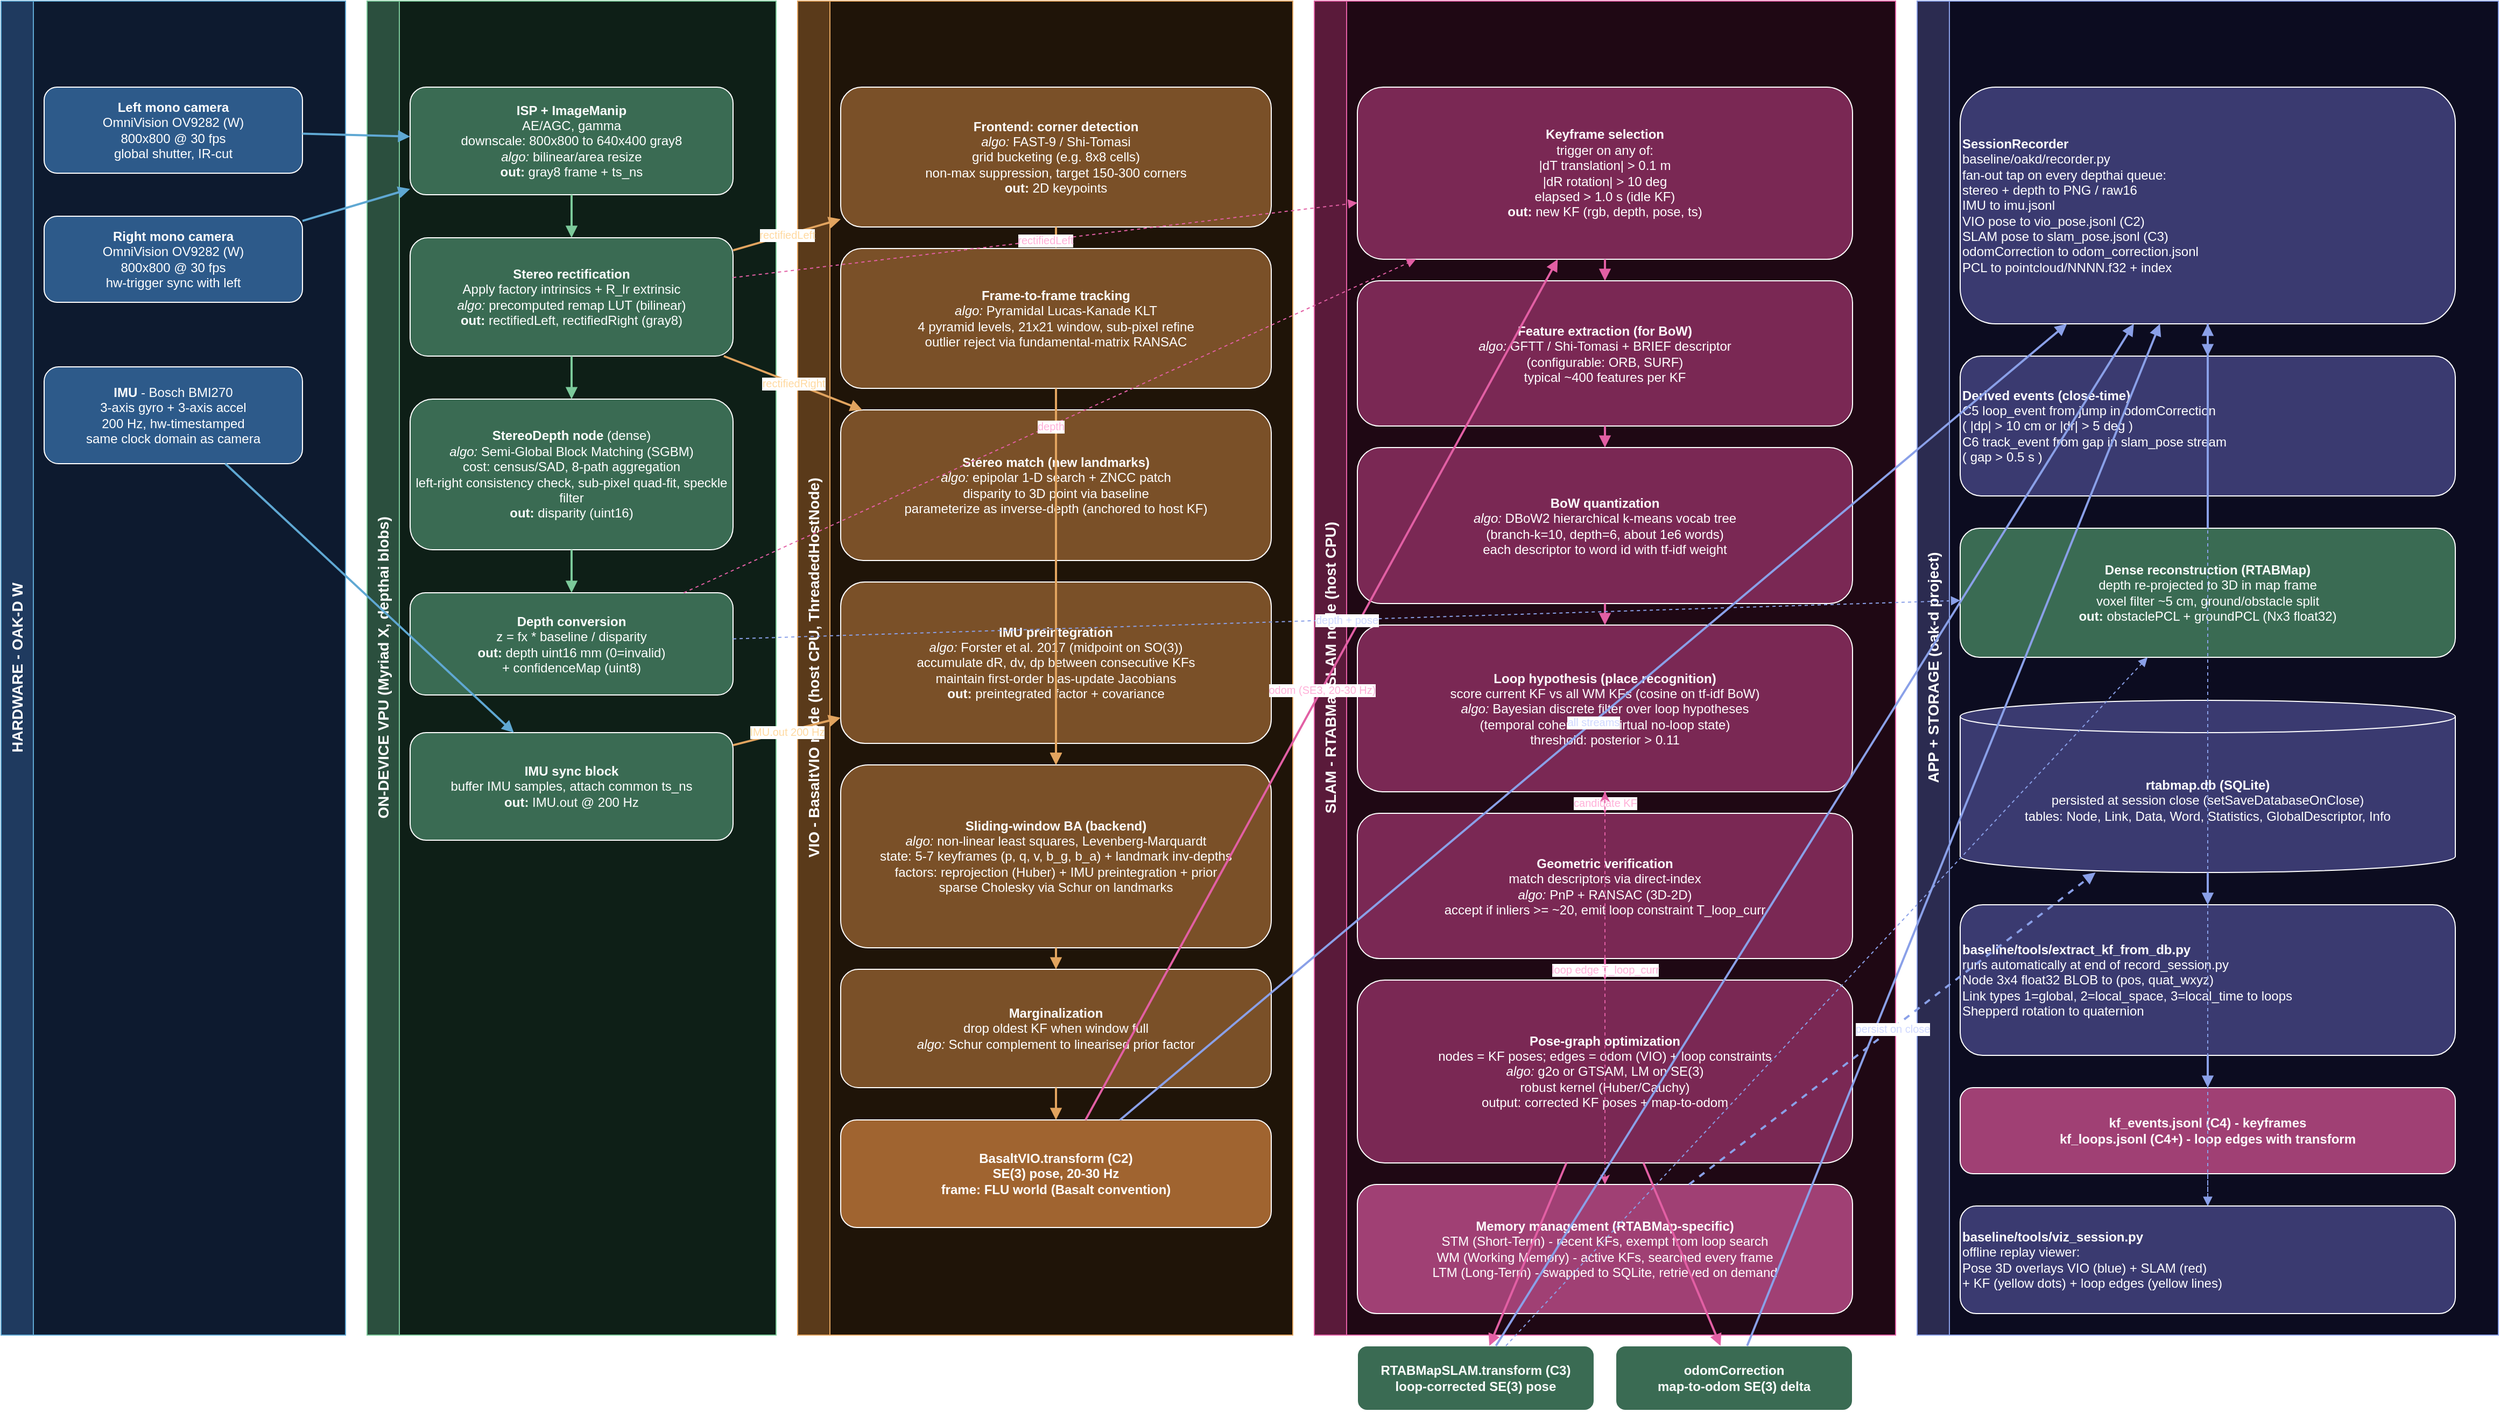
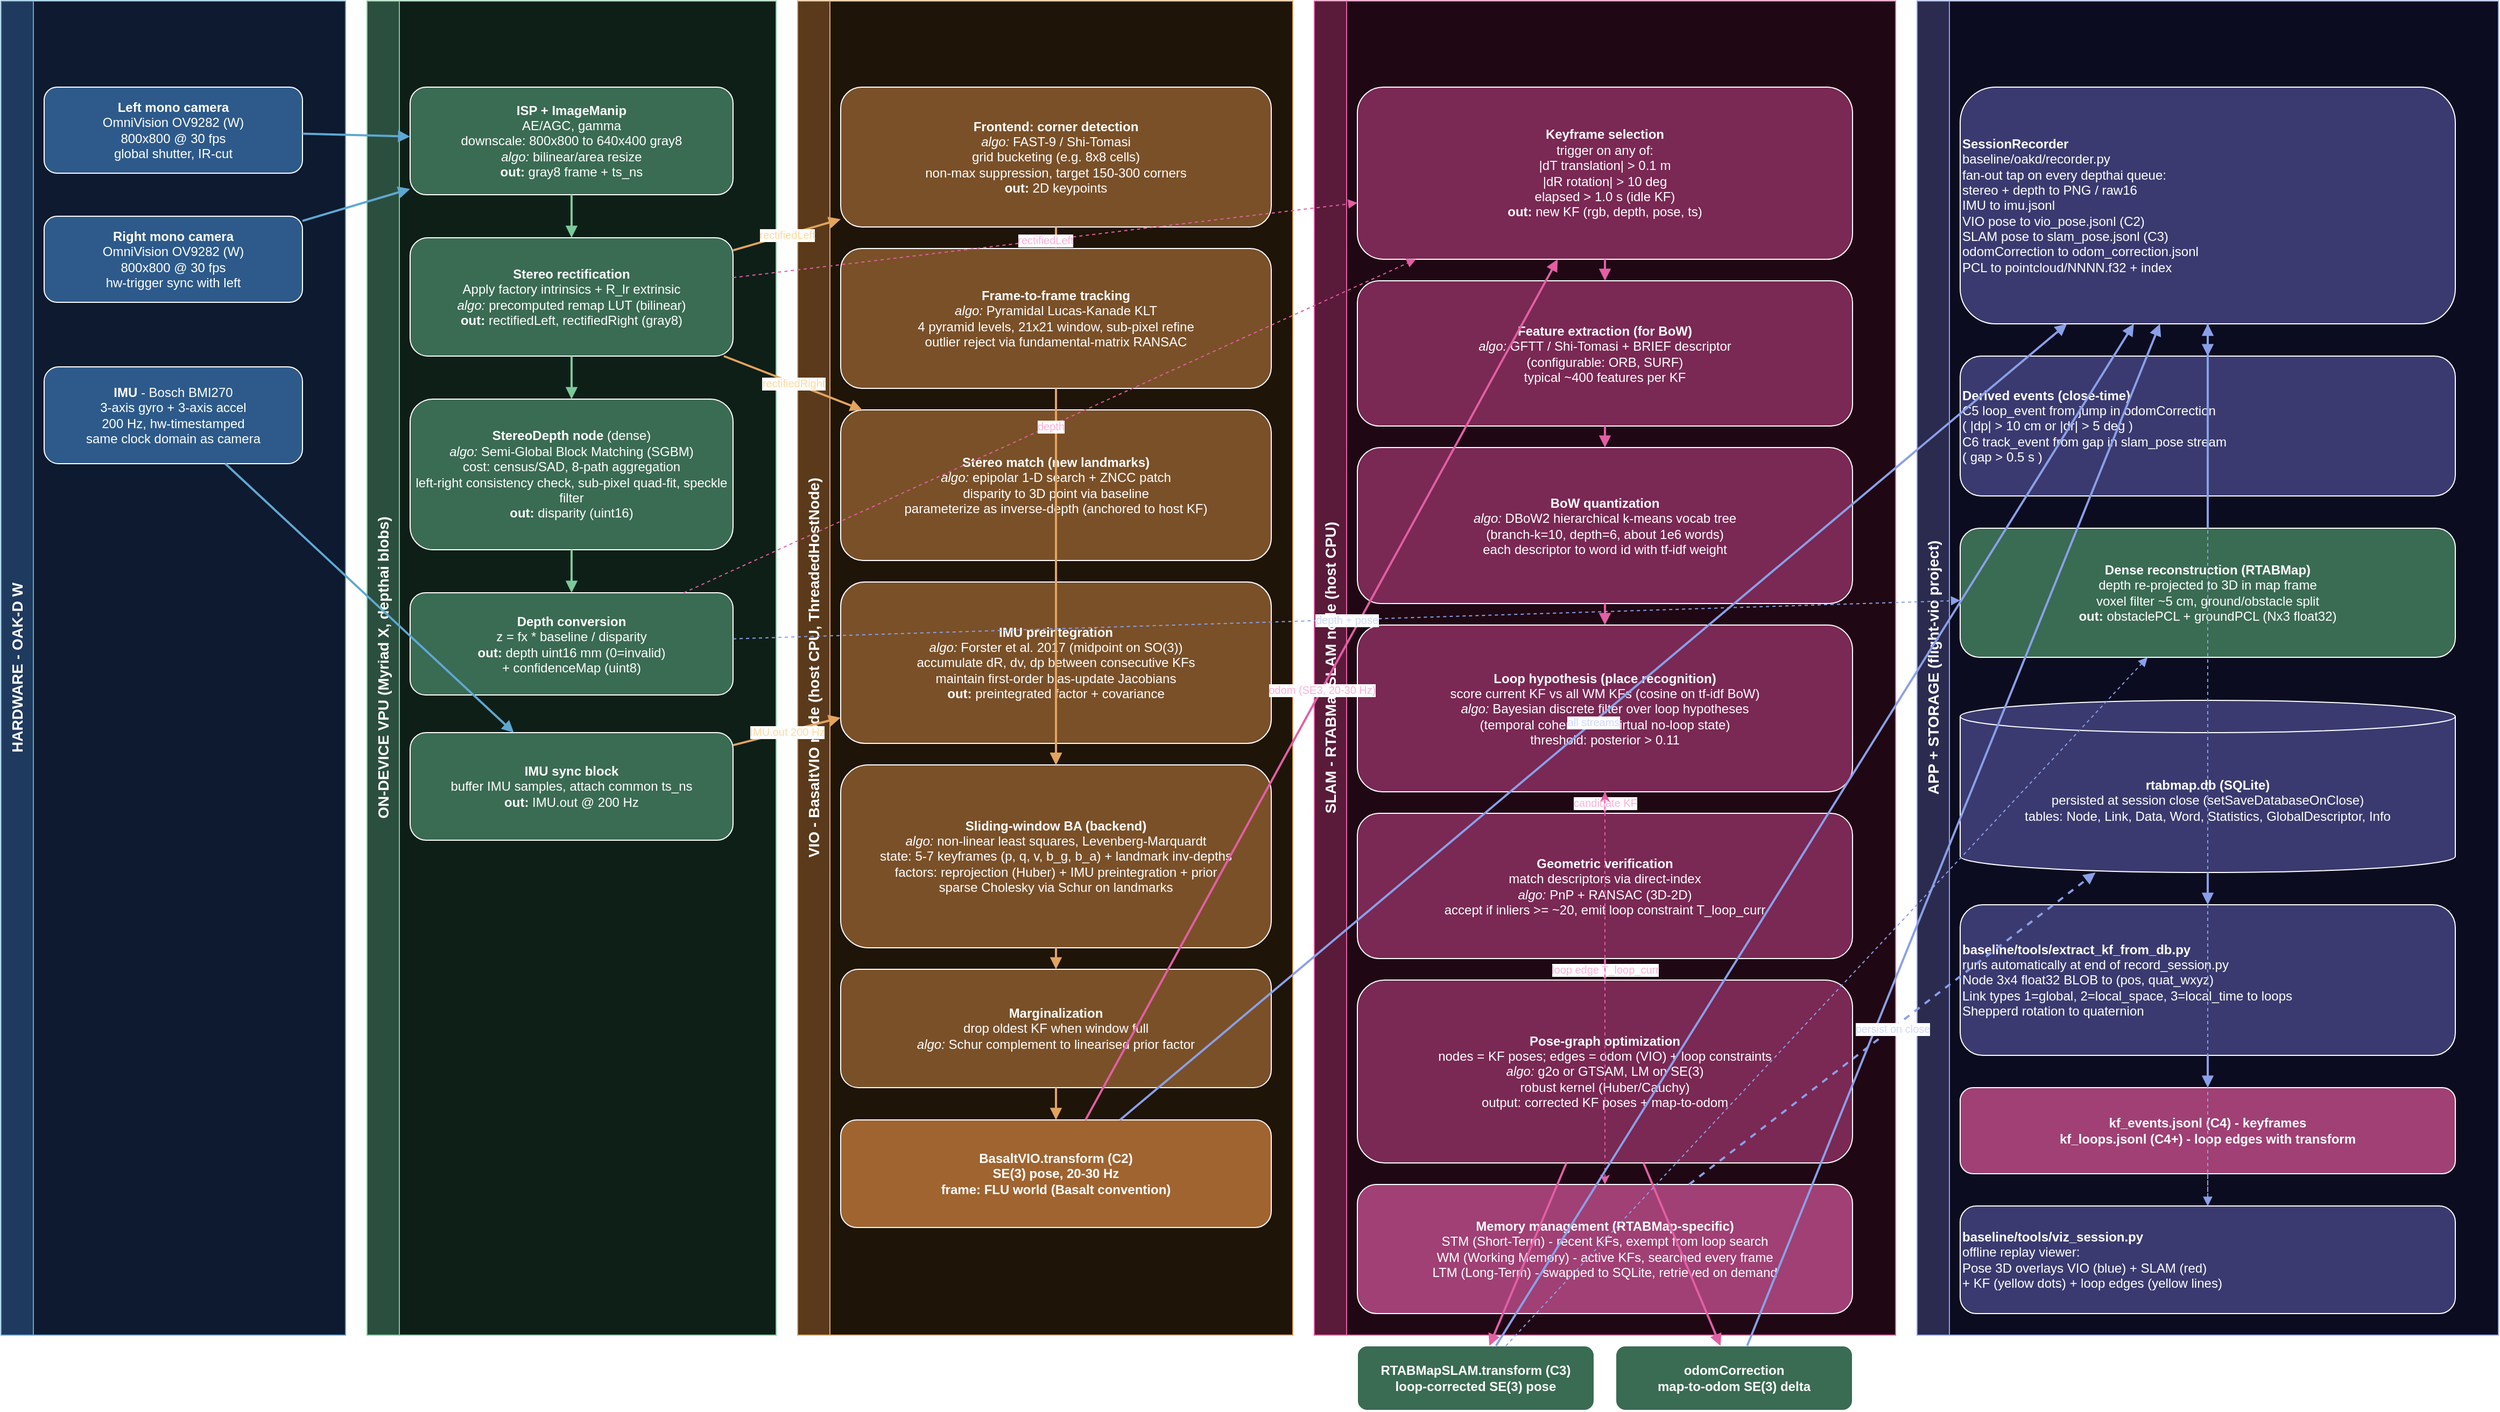
<mxfile host="app.diagrams.net" agent="copilot" version="24.0.0">
  <diagram name="OAK-D SLAM pipeline" id="pipeline">
    <mxGraphModel dx="1800" dy="1100" grid="1" gridSize="10" guides="1" tooltips="1" connect="1" arrows="1" fold="1" page="1" pageScale="1" pageWidth="2400" pageHeight="1400" math="0" shadow="0">
      <root>
        <mxCell id="0" />
        <mxCell id="1" parent="0" />
        <mxCell id="lane_hw" value="HARDWARE - OAK-D W" style="html=1;swimlane;horizontal=0;startSize=30;fillColor=#1f3a5f;strokeColor=#5fa8d3;fontColor=#ffffff;fontSize=14;fontStyle=1;swimlaneFillColor=#0d1a2f;" vertex="1" parent="1">
          <mxGeometry x="40" y="40" width="320" height="1240" as="geometry" />
        </mxCell>
        <mxCell id="lane_vpu" value="ON-DEVICE VPU (Myriad X, depthai blobs)" style="html=1;swimlane;horizontal=0;startSize=30;fillColor=#2b4f3e;strokeColor=#7bc99a;fontColor=#ffffff;fontSize=14;fontStyle=1;swimlaneFillColor=#0e1f17;" vertex="1" parent="1">
          <mxGeometry x="380" y="40" width="380" height="1240" as="geometry" />
        </mxCell>
        <mxCell id="lane_vio" value="VIO - BasaltVIO node (host CPU, ThreadedHostNode)" style="html=1;swimlane;horizontal=0;startSize=30;fillColor=#5a3a1a;strokeColor=#e2a45f;fontColor=#ffffff;fontSize=14;fontStyle=1;swimlaneFillColor=#1f1408;" vertex="1" parent="1">
          <mxGeometry x="780" y="40" width="460" height="1240" as="geometry" />
        </mxCell>
        <mxCell id="lane_slam" value="SLAM - RTABMapSLAM node (host CPU)" style="html=1;swimlane;horizontal=0;startSize=30;fillColor=#5a1a3a;strokeColor=#e25fa4;fontColor=#ffffff;fontSize=14;fontStyle=1;swimlaneFillColor=#1f0814;" vertex="1" parent="1">
          <mxGeometry x="1260" y="40" width="540" height="1240" as="geometry" />
        </mxCell>
-         <mxCell id="lane_out" value="APP + STORAGE (oak-d project)" style="html=1;swimlane;horizontal=0;startSize=30;fillColor=#2b2b50;strokeColor=#8aa0e8;fontColor=#ffffff;fontSize=14;fontStyle=1;swimlaneFillColor=#0c0c20;" vertex="1" parent="1">
+         <mxCell id="lane_out" value="APP + STORAGE (flight-vio project)" style="html=1;swimlane;horizontal=0;startSize=30;fillColor=#2b2b50;strokeColor=#8aa0e8;fontColor=#ffffff;fontSize=14;fontStyle=1;swimlaneFillColor=#0c0c20;" vertex="1" parent="1">
          <mxGeometry x="1820" y="40" width="540" height="1240" as="geometry" />
        </mxCell>
        <mxCell id="caml" value="&lt;b&gt;Left mono camera&lt;/b&gt;&#10;OmniVision OV9282 (W)&#10;800x800 @ 30 fps&#10;global shutter, IR-cut" style="html=1;rounded=1;fillColor=#2d5a8a;strokeColor=#ffffff;fontColor=#ffffff;align=center;whiteSpace=wrap;" vertex="1" parent="1">
          <mxGeometry x="80" y="120" width="240" height="80" as="geometry" />
        </mxCell>
        <mxCell id="camr" value="&lt;b&gt;Right mono camera&lt;/b&gt;&#10;OmniVision OV9282 (W)&#10;800x800 @ 30 fps&#10;hw-trigger sync with left" style="html=1;rounded=1;fillColor=#2d5a8a;strokeColor=#ffffff;fontColor=#ffffff;align=center;whiteSpace=wrap;" vertex="1" parent="1">
          <mxGeometry x="80" y="240" width="240" height="80" as="geometry" />
        </mxCell>
        <mxCell id="imu" value="&lt;b&gt;IMU&lt;/b&gt; - Bosch BMI270&#10;3-axis gyro + 3-axis accel&#10;200 Hz, hw-timestamped&#10;same clock domain as camera" style="html=1;rounded=1;fillColor=#2d5a8a;strokeColor=#ffffff;fontColor=#ffffff;align=center;whiteSpace=wrap;" vertex="1" parent="1">
          <mxGeometry x="80" y="380" width="240" height="90" as="geometry" />
        </mxCell>
        <mxCell id="isp" value="&lt;b&gt;ISP + ImageManip&lt;/b&gt;&#10;AE/AGC, gamma&#10;downscale: 800x800 to 640x400 gray8&#10;&lt;i&gt;algo:&lt;/i&gt; bilinear/area resize&#10;&lt;b&gt;out:&lt;/b&gt; gray8 frame + ts_ns" style="html=1;rounded=1;fillColor=#3a6b53;strokeColor=#ffffff;fontColor=#ffffff;align=center;whiteSpace=wrap;" vertex="1" parent="1">
          <mxGeometry x="420" y="120" width="300" height="100" as="geometry" />
        </mxCell>
        <mxCell id="rect" value="&lt;b&gt;Stereo rectification&lt;/b&gt;&#10;Apply factory intrinsics + R_lr extrinsic&#10;&lt;i&gt;algo:&lt;/i&gt; precomputed remap LUT (bilinear)&#10;&lt;b&gt;out:&lt;/b&gt; rectifiedLeft, rectifiedRight (gray8)" style="html=1;rounded=1;fillColor=#3a6b53;strokeColor=#ffffff;fontColor=#ffffff;align=center;whiteSpace=wrap;" vertex="1" parent="1">
          <mxGeometry x="420" y="260" width="300" height="110" as="geometry" />
        </mxCell>
        <mxCell id="sgbm" value="&lt;b&gt;StereoDepth node&lt;/b&gt; (dense)&#10;&lt;i&gt;algo:&lt;/i&gt; Semi-Global Block Matching (SGBM)&#10;cost: census/SAD, 8-path aggregation&#10;left-right consistency check, sub-pixel quad-fit, speckle filter&#10;&lt;b&gt;out:&lt;/b&gt; disparity (uint16)" style="html=1;rounded=1;fillColor=#3a6b53;strokeColor=#ffffff;fontColor=#ffffff;align=center;whiteSpace=wrap;" vertex="1" parent="1">
          <mxGeometry x="420" y="410" width="300" height="140" as="geometry" />
        </mxCell>
        <mxCell id="depth" value="&lt;b&gt;Depth conversion&lt;/b&gt;&#10;z = fx * baseline / disparity&#10;&lt;b&gt;out:&lt;/b&gt; depth uint16 mm (0=invalid)&#10;+ confidenceMap (uint8)" style="html=1;rounded=1;fillColor=#3a6b53;strokeColor=#ffffff;fontColor=#ffffff;align=center;whiteSpace=wrap;" vertex="1" parent="1">
          <mxGeometry x="420" y="590" width="300" height="95" as="geometry" />
        </mxCell>
        <mxCell id="imusync" value="&lt;b&gt;IMU sync block&lt;/b&gt;&#10;buffer IMU samples, attach common ts_ns&#10;&lt;b&gt;out:&lt;/b&gt; IMU.out @ 200 Hz" style="html=1;rounded=1;fillColor=#3a6b53;strokeColor=#ffffff;fontColor=#ffffff;align=center;whiteSpace=wrap;" vertex="1" parent="1">
          <mxGeometry x="420" y="720" width="300" height="100" as="geometry" />
        </mxCell>
        <mxCell id="fast" value="&lt;b&gt;Frontend: corner detection&lt;/b&gt;&#10;&lt;i&gt;algo:&lt;/i&gt; FAST-9 / Shi-Tomasi&#10;grid bucketing (e.g. 8x8 cells)&#10;non-max suppression, target 150-300 corners&#10;&lt;b&gt;out:&lt;/b&gt; 2D keypoints" style="html=1;rounded=1;fillColor=#7a5028;strokeColor=#ffffff;fontColor=#ffffff;align=center;whiteSpace=wrap;" vertex="1" parent="1">
          <mxGeometry x="820" y="120" width="400" height="130" as="geometry" />
        </mxCell>
        <mxCell id="klt" value="&lt;b&gt;Frame-to-frame tracking&lt;/b&gt;&#10;&lt;i&gt;algo:&lt;/i&gt; Pyramidal Lucas-Kanade KLT&#10;4 pyramid levels, 21x21 window, sub-pixel refine&#10;outlier reject via fundamental-matrix RANSAC" style="html=1;rounded=1;fillColor=#7a5028;strokeColor=#ffffff;fontColor=#ffffff;align=center;whiteSpace=wrap;" vertex="1" parent="1">
          <mxGeometry x="820" y="270" width="400" height="130" as="geometry" />
        </mxCell>
        <mxCell id="stmatch" value="&lt;b&gt;Stereo match (new landmarks)&lt;/b&gt;&#10;&lt;i&gt;algo:&lt;/i&gt; epipolar 1-D search + ZNCC patch&#10;disparity to 3D point via baseline&#10;parameterize as inverse-depth (anchored to host KF)" style="html=1;rounded=1;fillColor=#7a5028;strokeColor=#ffffff;fontColor=#ffffff;align=center;whiteSpace=wrap;" vertex="1" parent="1">
          <mxGeometry x="820" y="420" width="400" height="140" as="geometry" />
        </mxCell>
        <mxCell id="preimu" value="&lt;b&gt;IMU preintegration&lt;/b&gt;&#10;&lt;i&gt;algo:&lt;/i&gt; Forster et al. 2017 (midpoint on SO(3))&#10;accumulate dR, dv, dp between consecutive KFs&#10;maintain first-order bias-update Jacobians&#10;&lt;b&gt;out:&lt;/b&gt; preintegrated factor + covariance" style="html=1;rounded=1;fillColor=#7a5028;strokeColor=#ffffff;fontColor=#ffffff;align=center;whiteSpace=wrap;" vertex="1" parent="1">
          <mxGeometry x="820" y="580" width="400" height="150" as="geometry" />
        </mxCell>
        <mxCell id="ba" value="&lt;b&gt;Sliding-window BA (backend)&lt;/b&gt;&#10;&lt;i&gt;algo:&lt;/i&gt; non-linear least squares, Levenberg-Marquardt&#10;state: 5-7 keyframes (p, q, v, b_g, b_a) + landmark inv-depths&#10;factors: reprojection (Huber) + IMU preintegration + prior&#10;sparse Cholesky via Schur on landmarks" style="html=1;rounded=1;fillColor=#7a5028;strokeColor=#ffffff;fontColor=#ffffff;align=center;whiteSpace=wrap;" vertex="1" parent="1">
          <mxGeometry x="820" y="750" width="400" height="170" as="geometry" />
        </mxCell>
        <mxCell id="marg" value="&lt;b&gt;Marginalization&lt;/b&gt;&#10;drop oldest KF when window full&#10;&lt;i&gt;algo:&lt;/i&gt; Schur complement to linearised prior factor" style="html=1;rounded=1;fillColor=#7a5028;strokeColor=#ffffff;fontColor=#ffffff;align=center;whiteSpace=wrap;" vertex="1" parent="1">
          <mxGeometry x="820" y="940" width="400" height="110" as="geometry" />
        </mxCell>
        <mxCell id="posev" value="&lt;b&gt;BasaltVIO.transform&lt;/b&gt; (C2)&#10;SE(3) pose, 20-30 Hz&#10;frame: FLU world (Basalt convention)" style="html=1;rounded=1;fillColor=#a06430;strokeColor=#ffffff;fontColor=#ffffff;align=center;whiteSpace=wrap;fontStyle=1;" vertex="1" parent="1">
          <mxGeometry x="820" y="1080" width="400" height="100" as="geometry" />
        </mxCell>
        <mxCell id="kfsel" value="&lt;b&gt;Keyframe selection&lt;/b&gt;&#10;trigger on any of:&#10;  |dT translation| &gt; 0.1 m&#10;  |dR rotation| &gt; 10 deg&#10;  elapsed &gt; 1.0 s (idle KF)&#10;&lt;b&gt;out:&lt;/b&gt; new KF (rgb, depth, pose, ts)" style="html=1;rounded=1;fillColor=#7a2854;strokeColor=#ffffff;fontColor=#ffffff;align=center;whiteSpace=wrap;" vertex="1" parent="1">
          <mxGeometry x="1300" y="120" width="460" height="160" as="geometry" />
        </mxCell>
        <mxCell id="fex" value="&lt;b&gt;Feature extraction (for BoW)&lt;/b&gt;&#10;&lt;i&gt;algo:&lt;/i&gt; GFTT / Shi-Tomasi + BRIEF descriptor&#10;(configurable: ORB, SURF)&#10;typical ~400 features per KF" style="html=1;rounded=1;fillColor=#7a2854;strokeColor=#ffffff;fontColor=#ffffff;align=center;whiteSpace=wrap;" vertex="1" parent="1">
          <mxGeometry x="1300" y="300" width="460" height="135" as="geometry" />
        </mxCell>
        <mxCell id="bow" value="&lt;b&gt;BoW quantization&lt;/b&gt;&#10;&lt;i&gt;algo:&lt;/i&gt; DBoW2 hierarchical k-means vocab tree&#10;(branch-k=10, depth=6, about 1e6 words)&#10;each descriptor to word id with tf-idf weight" style="html=1;rounded=1;fillColor=#7a2854;strokeColor=#ffffff;fontColor=#ffffff;align=center;whiteSpace=wrap;" vertex="1" parent="1">
          <mxGeometry x="1300" y="455" width="460" height="145" as="geometry" />
        </mxCell>
        <mxCell id="bay" value="&lt;b&gt;Loop hypothesis (place recognition)&lt;/b&gt;&#10;score current KF vs all WM KFs (cosine on tf-idf BoW)&#10;&lt;i&gt;algo:&lt;/i&gt; Bayesian discrete filter over loop hypotheses&#10;(temporal coherence + virtual no-loop state)&#10;threshold: posterior &gt; 0.11" style="html=1;rounded=1;fillColor=#7a2854;strokeColor=#ffffff;fontColor=#ffffff;align=center;whiteSpace=wrap;" vertex="1" parent="1">
          <mxGeometry x="1300" y="620" width="460" height="155" as="geometry" />
        </mxCell>
        <mxCell id="pnp" value="&lt;b&gt;Geometric verification&lt;/b&gt;&#10;match descriptors via direct-index&#10;&lt;i&gt;algo:&lt;/i&gt; PnP + RANSAC (3D-2D)&#10;accept if inliers &gt;= ~20, emit loop constraint T_loop_curr" style="html=1;rounded=1;fillColor=#7a2854;strokeColor=#ffffff;fontColor=#ffffff;align=center;whiteSpace=wrap;" vertex="1" parent="1">
          <mxGeometry x="1300" y="795" width="460" height="135" as="geometry" />
        </mxCell>
        <mxCell id="pg" value="&lt;b&gt;Pose-graph optimization&lt;/b&gt;&#10;nodes = KF poses; edges = odom (VIO) + loop constraints&#10;&lt;i&gt;algo:&lt;/i&gt; g2o or GTSAM, LM on SE(3)&#10;robust kernel (Huber/Cauchy)&#10;output: corrected KF poses + map-to-odom" style="html=1;rounded=1;fillColor=#7a2854;strokeColor=#ffffff;fontColor=#ffffff;align=center;whiteSpace=wrap;" vertex="1" parent="1">
          <mxGeometry x="1300" y="950" width="460" height="170" as="geometry" />
        </mxCell>
        <mxCell id="mem" value="&lt;b&gt;Memory management (RTABMap-specific)&lt;/b&gt;&#10;STM (Short-Term) - recent KFs, exempt from loop search&#10;WM (Working Memory) - active KFs, searched every frame&#10;LTM (Long-Term) - swapped to SQLite, retrieved on demand" style="html=1;rounded=1;fillColor=#a04074;strokeColor=#ffffff;fontColor=#ffffff;align=center;whiteSpace=wrap;" vertex="1" parent="1">
          <mxGeometry x="1300" y="1140" width="460" height="120" as="geometry" />
        </mxCell>
        <mxCell id="poses" value="&lt;b&gt;RTABMapSLAM.transform&lt;/b&gt; (C3)&#10;loop-corrected SE(3) pose" style="html=1;rounded=1;fillColor=#3a6b53;strokeColor=#ffffff;fontColor=#ffffff;align=center;whiteSpace=wrap;fontStyle=1;" vertex="1" parent="1">
          <mxGeometry x="1300" y="1290" width="220" height="60" as="geometry" />
        </mxCell>
        <mxCell id="corr" value="&lt;b&gt;odomCorrection&lt;/b&gt;&#10;map-to-odom SE(3) delta" style="html=1;rounded=1;fillColor=#3a6b53;strokeColor=#ffffff;fontColor=#ffffff;align=center;whiteSpace=wrap;fontStyle=1;" vertex="1" parent="1">
          <mxGeometry x="1540" y="1290" width="220" height="60" as="geometry" />
        </mxCell>
        <mxCell id="rec" value="&lt;b&gt;SessionRecorder&lt;/b&gt;&#10;baseline/oakd/recorder.py&#10;fan-out tap on every depthai queue:&#10;  stereo + depth to PNG / raw16&#10;  IMU to imu.jsonl&#10;  VIO pose to vio_pose.jsonl (C2)&#10;  SLAM pose to slam_pose.jsonl (C3)&#10;  odomCorrection to odom_correction.jsonl&#10;  PCL to pointcloud/NNNN.f32 + index" style="html=1;rounded=1;fillColor=#3a3a70;strokeColor=#ffffff;fontColor=#ffffff;align=left;whiteSpace=wrap;" vertex="1" parent="1">
          <mxGeometry x="1860" y="120" width="460" height="220" as="geometry" />
        </mxCell>
        <mxCell id="derived" value="&lt;b&gt;Derived events (close-time)&lt;/b&gt;&#10;C5 loop_event from jump in odomCorrection&#10;   ( |dp| &gt; 10 cm or |dr| &gt; 5 deg )&#10;C6 track_event from gap in slam_pose stream&#10;   ( gap &gt; 0.5 s )" style="html=1;rounded=1;fillColor=#3a3a70;strokeColor=#ffffff;fontColor=#ffffff;align=left;whiteSpace=wrap;" vertex="1" parent="1">
          <mxGeometry x="1860" y="370" width="460" height="130" as="geometry" />
        </mxCell>
        <mxCell id="pcl" value="&lt;b&gt;Dense reconstruction (RTABMap)&lt;/b&gt;&#10;depth re-projected to 3D in map frame&#10;voxel filter ~5 cm, ground/obstacle split&#10;&lt;b&gt;out:&lt;/b&gt; obstaclePCL + groundPCL (Nx3 float32)" style="html=1;rounded=1;fillColor=#3a6b53;strokeColor=#ffffff;fontColor=#ffffff;align=center;whiteSpace=wrap;" vertex="1" parent="1">
          <mxGeometry x="1860" y="530" width="460" height="120" as="geometry" />
        </mxCell>
        <mxCell id="db" value="&lt;b&gt;rtabmap.db (SQLite)&lt;/b&gt;&#10;persisted at session close (setSaveDatabaseOnClose)&#10;tables: Node, Link, Data, Word, Statistics, GlobalDescriptor, Info" style="shape=cylinder3;whiteSpace=wrap;html=1;boundedLbl=1;backgroundOutline=1;fillColor=#3a3a70;strokeColor=#ffffff;fontColor=#ffffff;align=center;" vertex="1" parent="1">
          <mxGeometry x="1860" y="690" width="460" height="160" as="geometry" />
        </mxCell>
        <mxCell id="ext" value="&lt;b&gt;baseline/tools/extract_kf_from_db.py&lt;/b&gt;&#10;runs automatically at end of record_session.py&#10;Node 3x4 float32 BLOB to (pos, quat_wxyz)&#10;Link types 1=global, 2=local_space, 3=local_time to loops&#10;Shepperd rotation to quaternion" style="html=1;rounded=1;fillColor=#3a3a70;strokeColor=#ffffff;fontColor=#ffffff;align=left;whiteSpace=wrap;" vertex="1" parent="1">
          <mxGeometry x="1860" y="880" width="460" height="140" as="geometry" />
        </mxCell>
        <mxCell id="kfjl" value="&lt;b&gt;kf_events.jsonl (C4)&lt;/b&gt; - keyframes&#10;&lt;b&gt;kf_loops.jsonl (C4+)&lt;/b&gt; - loop edges with transform" style="html=1;rounded=1;fillColor=#a04074;strokeColor=#ffffff;fontColor=#ffffff;align=center;whiteSpace=wrap;fontStyle=1;" vertex="1" parent="1">
          <mxGeometry x="1860" y="1050" width="460" height="80" as="geometry" />
        </mxCell>
        <mxCell id="viz" value="&lt;b&gt;baseline/tools/viz_session.py&lt;/b&gt;&#10;offline replay viewer:&#10;Pose 3D overlays VIO (blue) + SLAM (red)&#10;+ KF (yellow dots) + loop edges (yellow lines)" style="html=1;rounded=1;fillColor=#3a3a70;strokeColor=#ffffff;fontColor=#ffffff;align=left;whiteSpace=wrap;" vertex="1" parent="1">
          <mxGeometry x="1860" y="1160" width="460" height="100" as="geometry" />
        </mxCell>
        <mxCell id="e1" style="endArrow=block;html=1;strokeColor=#5fa8d3;strokeWidth=2;" edge="1" parent="1" source="caml" target="isp"><mxGeometry relative="1" as="geometry" /></mxCell>
        <mxCell id="e2" style="endArrow=block;html=1;strokeColor=#5fa8d3;strokeWidth=2;" edge="1" parent="1" source="camr" target="isp"><mxGeometry relative="1" as="geometry" /></mxCell>
        <mxCell id="e3" style="endArrow=block;html=1;strokeColor=#5fa8d3;strokeWidth=2;" edge="1" parent="1" source="imu" target="imusync"><mxGeometry relative="1" as="geometry" /></mxCell>
        <mxCell id="e4" style="endArrow=block;html=1;strokeColor=#7bc99a;strokeWidth=2;" edge="1" parent="1" source="isp" target="rect"><mxGeometry relative="1" as="geometry" /></mxCell>
        <mxCell id="e5" style="endArrow=block;html=1;strokeColor=#7bc99a;strokeWidth=2;" edge="1" parent="1" source="rect" target="sgbm"><mxGeometry relative="1" as="geometry" /></mxCell>
        <mxCell id="e6" style="endArrow=block;html=1;strokeColor=#7bc99a;strokeWidth=2;" edge="1" parent="1" source="sgbm" target="depth"><mxGeometry relative="1" as="geometry" /></mxCell>
        <mxCell id="e7" value="rectifiedLeft" style="endArrow=block;html=1;strokeColor=#e2a45f;strokeWidth=2;fontColor=#ffd9a0;fontSize=10;" edge="1" parent="1" source="rect" target="fast"><mxGeometry relative="1" as="geometry" /></mxCell>
        <mxCell id="e8" value="rectifiedRight" style="endArrow=block;html=1;strokeColor=#e2a45f;strokeWidth=2;fontColor=#ffd9a0;fontSize=10;" edge="1" parent="1" source="rect" target="stmatch"><mxGeometry relative="1" as="geometry" /></mxCell>
        <mxCell id="e9" value="IMU.out 200 Hz" style="endArrow=block;html=1;strokeColor=#e2a45f;strokeWidth=2;fontColor=#ffd9a0;fontSize=10;" edge="1" parent="1" source="imusync" target="preimu"><mxGeometry relative="1" as="geometry" /></mxCell>
        <mxCell id="e10" style="endArrow=block;html=1;strokeColor=#e2a45f;strokeWidth=2;" edge="1" parent="1" source="fast" target="klt"><mxGeometry relative="1" as="geometry" /></mxCell>
        <mxCell id="e11" style="endArrow=block;html=1;strokeColor=#e2a45f;strokeWidth=2;" edge="1" parent="1" source="klt" target="ba"><mxGeometry relative="1" as="geometry" /></mxCell>
        <mxCell id="e12" style="endArrow=block;html=1;strokeColor=#e2a45f;strokeWidth=2;" edge="1" parent="1" source="stmatch" target="ba"><mxGeometry relative="1" as="geometry" /></mxCell>
        <mxCell id="e13" style="endArrow=block;html=1;strokeColor=#e2a45f;strokeWidth=2;" edge="1" parent="1" source="preimu" target="ba"><mxGeometry relative="1" as="geometry" /></mxCell>
        <mxCell id="e14" style="endArrow=block;html=1;strokeColor=#e2a45f;strokeWidth=2;" edge="1" parent="1" source="ba" target="marg"><mxGeometry relative="1" as="geometry" /></mxCell>
        <mxCell id="e15" style="endArrow=block;html=1;strokeColor=#e2a45f;strokeWidth=2;" edge="1" parent="1" source="marg" target="posev"><mxGeometry relative="1" as="geometry" /></mxCell>
        <mxCell id="e16" value="odom (SE3, 20-30 Hz)" style="endArrow=block;html=1;strokeColor=#e25fa4;strokeWidth=2;fontColor=#ffb0d8;fontSize=10;" edge="1" parent="1" source="posev" target="kfsel"><mxGeometry relative="1" as="geometry" /></mxCell>
        <mxCell id="e17" value="rectifiedLeft" style="endArrow=block;html=1;strokeColor=#e25fa4;strokeWidth=1;dashed=1;fontColor=#ffb0d8;fontSize=10;" edge="1" parent="1" source="rect" target="kfsel"><mxGeometry relative="1" as="geometry" /></mxCell>
        <mxCell id="e18" value="depth" style="endArrow=block;html=1;strokeColor=#e25fa4;strokeWidth=1;dashed=1;fontColor=#ffb0d8;fontSize=10;" edge="1" parent="1" source="depth" target="kfsel"><mxGeometry relative="1" as="geometry" /></mxCell>
        <mxCell id="e19" style="endArrow=block;html=1;strokeColor=#e25fa4;strokeWidth=2;" edge="1" parent="1" source="kfsel" target="fex"><mxGeometry relative="1" as="geometry" /></mxCell>
        <mxCell id="e20" style="endArrow=block;html=1;strokeColor=#e25fa4;strokeWidth=2;" edge="1" parent="1" source="fex" target="bow"><mxGeometry relative="1" as="geometry" /></mxCell>
        <mxCell id="e21" style="endArrow=block;html=1;strokeColor=#e25fa4;strokeWidth=2;" edge="1" parent="1" source="bow" target="bay"><mxGeometry relative="1" as="geometry" /></mxCell>
        <mxCell id="e22" value="candidate KF" style="endArrow=block;html=1;strokeColor=#e25fa4;strokeWidth=2;fontColor=#ffb0d8;fontSize=10;" edge="1" parent="1" source="bay" target="pnp"><mxGeometry relative="1" as="geometry" /></mxCell>
        <mxCell id="e23" value="loop edge T_loop_curr" style="endArrow=block;html=1;strokeColor=#e25fa4;strokeWidth=2;fontColor=#ffb0d8;fontSize=10;" edge="1" parent="1" source="pnp" target="pg"><mxGeometry relative="1" as="geometry" /></mxCell>
        <mxCell id="e24" style="endArrow=classic;startArrow=classic;html=1;strokeColor=#e25fa4;strokeWidth=1;dashed=1;" edge="1" parent="1" source="mem" target="bay"><mxGeometry relative="1" as="geometry" /></mxCell>
        <mxCell id="e25" style="endArrow=block;html=1;strokeColor=#e25fa4;strokeWidth=2;" edge="1" parent="1" source="pg" target="poses"><mxGeometry relative="1" as="geometry" /></mxCell>
        <mxCell id="e26" style="endArrow=block;html=1;strokeColor=#e25fa4;strokeWidth=2;" edge="1" parent="1" source="pg" target="corr"><mxGeometry relative="1" as="geometry" /></mxCell>
        <mxCell id="e27" value="depth + pose" style="endArrow=block;html=1;strokeColor=#8aa0e8;strokeWidth=1;dashed=1;fontColor=#cfd8ff;fontSize=10;" edge="1" parent="1" source="depth" target="pcl"><mxGeometry relative="1" as="geometry" /></mxCell>
        <mxCell id="e28" style="endArrow=block;html=1;strokeColor=#8aa0e8;strokeWidth=1;dashed=1;" edge="1" parent="1" source="poses" target="pcl"><mxGeometry relative="1" as="geometry" /></mxCell>
        <mxCell id="e29" value="all streams" style="endArrow=block;html=1;strokeColor=#8aa0e8;strokeWidth=2;fontColor=#cfd8ff;fontSize=10;" edge="1" parent="1" source="posev" target="rec"><mxGeometry relative="1" as="geometry" /></mxCell>
        <mxCell id="e30" style="endArrow=block;html=1;strokeColor=#8aa0e8;strokeWidth=2;" edge="1" parent="1" source="poses" target="rec"><mxGeometry relative="1" as="geometry" /></mxCell>
        <mxCell id="e31" style="endArrow=block;html=1;strokeColor=#8aa0e8;strokeWidth=2;" edge="1" parent="1" source="corr" target="rec"><mxGeometry relative="1" as="geometry" /></mxCell>
        <mxCell id="e32" style="endArrow=block;html=1;strokeColor=#8aa0e8;strokeWidth=2;" edge="1" parent="1" source="pcl" target="rec"><mxGeometry relative="1" as="geometry" /></mxCell>
        <mxCell id="e33" style="endArrow=block;html=1;strokeColor=#8aa0e8;strokeWidth=2;" edge="1" parent="1" source="rec" target="derived"><mxGeometry relative="1" as="geometry" /></mxCell>
        <mxCell id="e34" value="persist on close" style="endArrow=block;html=1;strokeColor=#8aa0e8;strokeWidth=2;dashed=1;fontColor=#cfd8ff;fontSize=10;" edge="1" parent="1" source="mem" target="db"><mxGeometry relative="1" as="geometry" /></mxCell>
        <mxCell id="e35" style="endArrow=block;html=1;strokeColor=#8aa0e8;strokeWidth=2;" edge="1" parent="1" source="db" target="ext"><mxGeometry relative="1" as="geometry" /></mxCell>
        <mxCell id="e36" style="endArrow=block;html=1;strokeColor=#8aa0e8;strokeWidth=2;" edge="1" parent="1" source="ext" target="kfjl"><mxGeometry relative="1" as="geometry" /></mxCell>
        <mxCell id="e37" style="endArrow=block;html=1;strokeColor=#8aa0e8;strokeWidth=1;dashed=1;" edge="1" parent="1" source="rec" target="viz"><mxGeometry relative="1" as="geometry" /></mxCell>
        <mxCell id="e38" style="endArrow=block;html=1;strokeColor=#8aa0e8;strokeWidth=1;dashed=1;" edge="1" parent="1" source="kfjl" target="viz"><mxGeometry relative="1" as="geometry" /></mxCell>
      </root>
    </mxGraphModel>
  </diagram>
</mxfile>